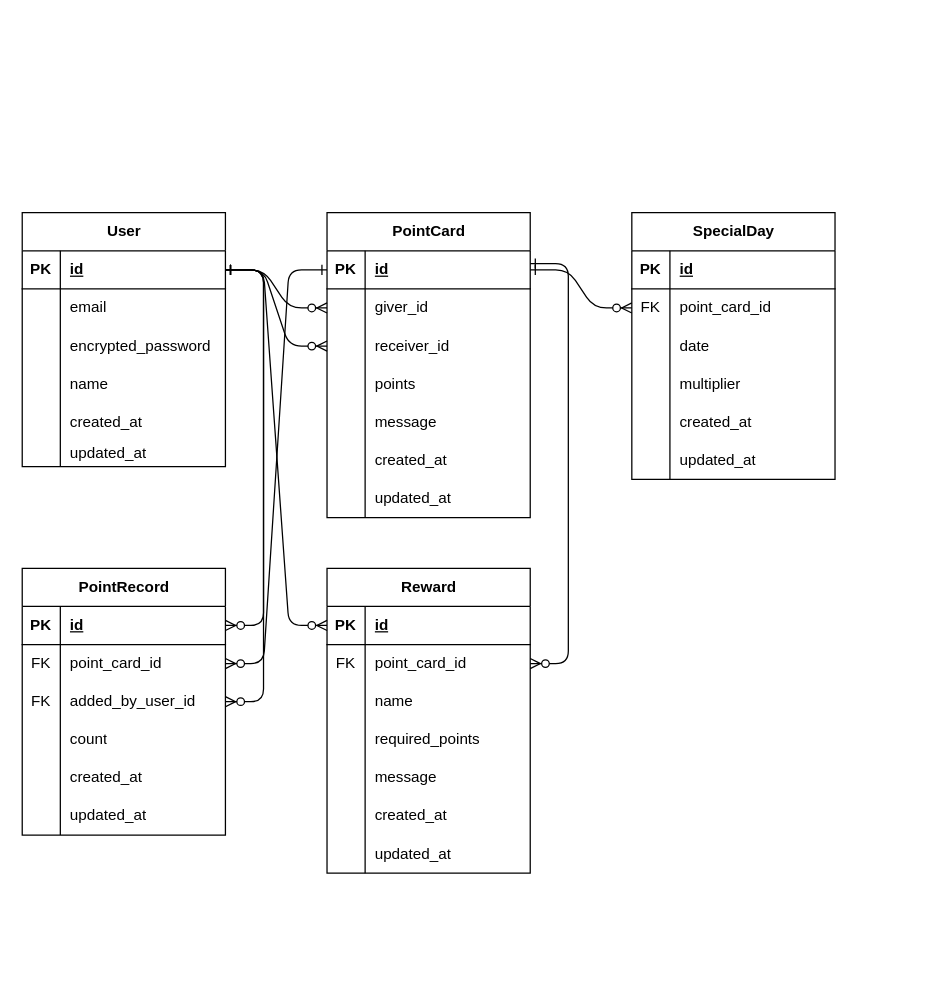
Before: public/er.dio in namerouboy/futari_point, a draw.io diagram. Source tidied: cells renumbered, new cells numbered last; positions are measured from the earlier drawing's top-left corner, leaving out a move shared by most shapes. Both pictures are drawn from the tidied source at 127%, with x=0, y=0 at pixel (-4, 155).
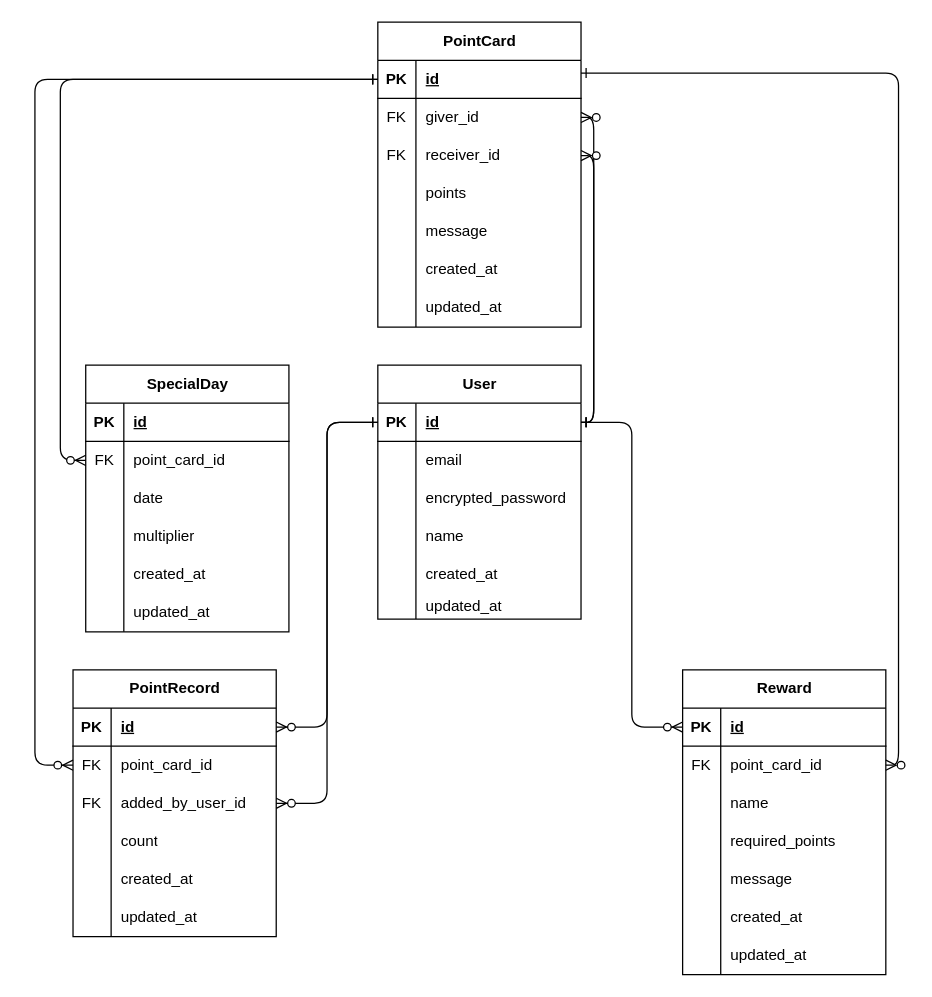
Above is the later version.

The change refers to these unchanged cells:
```xml
<mxCell id="3" style="shape=tableRow;horizontal=0;startSize=0;swimlaneHead=0;swimlaneBody=0;fillColor=none;points=[[0,0.5],[1,0.5]];portConstraint=eastwest;top=0;left=0;right=0;bottom=1;" parent="2" vertex="1">
  <mxGeometry y="30" width="160" height="30" as="geometry" />
</mxCell>
<mxCell id="22" style="shape=tableRow;horizontal=0;startSize=0;swimlaneHead=0;swimlaneBody=0;fillColor=none;points=[[0,0.5],[1,0.5]];portConstraint=eastwest;top=0;left=0;right=0;bottom=1;" parent="21" vertex="1">
  <mxGeometry y="30" width="160" height="30" as="geometry" />
</mxCell>
<mxCell id="25" style="shape=tableRow;horizontal=0;startSize=0;swimlaneHead=0;swimlaneBody=0;fillColor=none;points=[[0,0.5],[1,0.5]];portConstraint=eastwest;top=0;left=0;right=0;bottom=0;" parent="21" vertex="1">
  <mxGeometry y="60" width="160" height="30" as="geometry" />
</mxCell>
<mxCell id="28" style="shape=tableRow;horizontal=0;startSize=0;swimlaneHead=0;swimlaneBody=0;fillColor=none;points=[[0,0.5],[1,0.5]];portConstraint=eastwest;top=0;left=0;right=0;bottom=0;" parent="21" vertex="1">
  <mxGeometry y="90" width="160" height="30" as="geometry" />
</mxCell>
<mxCell id="44" style="shape=tableRow;horizontal=0;startSize=0;swimlaneHead=0;swimlaneBody=0;fillColor=none;points=[[0,0.5],[1,0.5]];portConstraint=eastwest;top=0;left=0;right=0;bottom=1;" parent="43" vertex="1">
  <mxGeometry y="30" width="160" height="30" as="geometry" />
</mxCell>
<mxCell id="47" style="shape=tableRow;horizontal=0;startSize=0;swimlaneHead=0;swimlaneBody=0;fillColor=none;points=[[0,0.5],[1,0.5]];portConstraint=eastwest;top=0;left=0;right=0;bottom=0;" parent="43" vertex="1">
  <mxGeometry y="60" width="160" height="30" as="geometry" />
</mxCell>
<mxCell id="50" style="shape=tableRow;horizontal=0;startSize=0;swimlaneHead=0;swimlaneBody=0;fillColor=none;points=[[0,0.5],[1,0.5]];portConstraint=eastwest;top=0;left=0;right=0;bottom=0;" parent="43" vertex="1">
  <mxGeometry y="90" width="160" height="30" as="geometry" />
</mxCell>
<mxCell id="63" style="shape=tableRow;horizontal=0;startSize=0;swimlaneHead=0;swimlaneBody=0;fillColor=none;points=[[0,0.5],[1,0.5]];portConstraint=eastwest;top=0;left=0;right=0;bottom=1;" parent="62" vertex="1">
  <mxGeometry y="30" width="160" height="30" as="geometry" />
</mxCell>
<mxCell id="66" style="shape=tableRow;horizontal=0;startSize=0;swimlaneHead=0;swimlaneBody=0;fillColor=none;points=[[0,0.5],[1,0.5]];portConstraint=eastwest;top=0;left=0;right=0;bottom=0;" parent="62" vertex="1">
  <mxGeometry y="60" width="160" height="30" as="geometry" />
</mxCell>
<mxCell id="88" style="shape=tableRow;horizontal=0;startSize=0;swimlaneHead=0;swimlaneBody=0;fillColor=none;points=[[0,0.5],[1,0.5]];portConstraint=eastwest;top=0;left=0;right=0;bottom=0;" parent="84" vertex="1">
  <mxGeometry y="60" width="160" height="30" as="geometry" />
</mxCell>
```

What changed in the source:
```diff
@@
     <mxCell id="2" value="User" style="shape=table;startSize=30;childLayout=tableLayout;rowLines=0;fontStyle=1;align=center;html=1;" parent="1" vertex="1">
-      <mxGeometry x="20" y="45" width="160" height="200" as="geometry" />
+      <mxGeometry x="300" y="165" width="160" height="200" as="geometry" />
     </mxCell>
@@
     <mxCell id="21" value="PointCard" style="shape=table;startSize=30;childLayout=tableLayout;rowLines=0;fontStyle=1;align=center;html=1;" parent="1" vertex="1">
-      <mxGeometry x="260" y="45" width="160" height="240" as="geometry" />
+      <mxGeometry x="300" y="-105" width="160" height="240" as="geometry" />
     </mxCell>
@@
-    <mxCell id="26" style="shape=partialRectangle;fillColor=none;top=0;left=0;bottom=0;right=0;overflow=hidden;whiteSpace=wrap;html=1;" parent="25" vertex="1">
+    <mxCell id="26" value="FK" style="shape=partialRectangle;fillColor=none;top=0;left=0;bottom=0;right=0;overflow=hidden;whiteSpace=wrap;html=1;" parent="25" vertex="1">
       <mxGeometry width="30" height="30" as="geometry" />
     </mxCell>
@@
-    <mxCell id="29" style="shape=partialRectangle;fillColor=none;top=0;left=0;bottom=0;right=0;overflow=hidden;whiteSpace=wrap;html=1;" parent="28" vertex="1">
+    <mxCell id="29" value="FK" style="shape=partialRectangle;fillColor=none;top=0;left=0;bottom=0;right=0;overflow=hidden;whiteSpace=wrap;html=1;" parent="28" vertex="1">
       <mxGeometry width="30" height="30" as="geometry" />
     </mxCell>
@@
     <mxCell id="43" value="PointRecord" style="shape=table;startSize=30;childLayout=tableLayout;rowLines=0;fontStyle=1;align=center;html=1;" parent="1" vertex="1">
-      <mxGeometry x="20" y="325" width="160" height="210" as="geometry" />
+      <mxGeometry x="60" y="405" width="160" height="210" as="geometry" />
     </mxCell>
@@
     <mxCell id="62" value="Reward" style="shape=table;startSize=30;childLayout=tableLayout;rowLines=0;fontStyle=1;align=center;html=1;" parent="1" vertex="1">
-      <mxGeometry x="260" y="325" width="160" height="240" as="geometry" />
+      <mxGeometry x="540" y="405" width="160" height="240" as="geometry" />
     </mxCell>
@@
     <mxCell id="84" value="SpecialDay" style="shape=table;startSize=30;childLayout=tableLayout;rowLines=0;fontStyle=1;align=center;html=1;" parent="1" vertex="1">
-      <mxGeometry x="500" y="45" width="160" height="210" as="geometry" />
+      <mxGeometry x="70" y="165" width="160" height="210" as="geometry" />
     </mxCell>
@@
-    <mxCell id="103" style="edgeStyle=entityRelationEdgeStyle;fontSize=12;html=1;endArrow=ERzeroToMany;startArrow=ERone;entryX=0;entryY=0.5;entryDx=0;entryDy=0;startFill=0;" parent="1" edge="1" target="88">
+    <mxCell id="103" style="edgeStyle=orthogonalEdgeStyle;fontSize=12;html=1;endArrow=ERzeroToMany;startArrow=ERone;entryX=0;entryY=0.5;entryDx=0;entryDy=0;startFill=0;exitX=0;exitY=0.5;exitDx=0;exitDy=0;" parent="1" edge="1" source="22" target="88">
       <mxGeometry relative="1" as="geometry">
-        <mxPoint x="420" y="90" as="sourcePoint" />
+        <Array as="points">
+          <mxPoint x="50" y="-60" />
+          <mxPoint x="50" y="240" />
+        </Array>
       </mxGeometry>
     </mxCell>
-    <mxCell id="104" style="edgeStyle=entityRelationEdgeStyle;fontSize=12;html=1;endArrow=ERzeroToMany;startArrow=ERone;entryX=0;entryY=0.5;entryDx=0;entryDy=0;startFill=0;exitX=1;exitY=0.5;exitDx=0;exitDy=0;" parent="1" edge="1" source="3" target="25">
+    <mxCell id="104" style="edgeStyle=orthogonalEdgeStyle;fontSize=12;html=1;endArrow=ERzeroToMany;startArrow=ERone;entryX=1;entryY=0.5;entryDx=0;entryDy=0;startFill=0;exitX=1;exitY=0.5;exitDx=0;exitDy=0;" parent="1" edge="1" source="3" target="25">
       <mxGeometry relative="1" as="geometry" />
     </mxCell>
-    <mxCell id="105" style="edgeStyle=entityRelationEdgeStyle;fontSize=12;html=1;endArrow=ERzeroToMany;startArrow=ERone;entryX=0;entryY=0.5;entryDx=0;entryDy=0;startFill=0;exitX=1;exitY=0.5;exitDx=0;exitDy=0;" parent="1" edge="1" source="3" target="28">
+    <mxCell id="105" style="edgeStyle=orthogonalEdgeStyle;fontSize=12;html=1;endArrow=ERzeroToMany;startArrow=ERone;entryX=1;entryY=0.5;entryDx=0;entryDy=0;startFill=0;exitX=1;exitY=0.5;exitDx=0;exitDy=0;" parent="1" edge="1" source="3" target="28">
       <mxGeometry relative="1" as="geometry" />
     </mxCell>
-    <mxCell id="106" style="edgeStyle=entityRelationEdgeStyle;fontSize=12;html=1;endArrow=ERzeroToMany;startArrow=ERone;entryX=1;entryY=0.5;entryDx=0;entryDy=0;startFill=0;exitX=0;exitY=0.5;exitDx=0;exitDy=0;" parent="1" edge="1" source="22" target="47">
-      <mxGeometry relative="1" as="geometry" />
+    <mxCell id="106" style="edgeStyle=orthogonalEdgeStyle;fontSize=12;html=1;endArrow=ERzeroToMany;startArrow=ERone;startFill=0;exitX=0;exitY=0.5;exitDx=0;exitDy=0;entryX=0;entryY=0.5;entryDx=0;entryDy=0;" parent="1" edge="1" source="22" target="47">
+      <mxGeometry relative="1" as="geometry">
+        <Array as="points">
+          <mxPoint x="30" y="-60" />
+          <mxPoint x="30" y="480" />
+        </Array>
+      </mxGeometry>
     </mxCell>
-    <mxCell id="107" style="edgeStyle=entityRelationEdgeStyle;fontSize=12;html=1;endArrow=ERzeroToMany;startArrow=ERone;entryX=1;entryY=0.5;entryDx=0;entryDy=0;startFill=0;exitX=1;exitY=0.333;exitDx=0;exitDy=0;exitPerimeter=0;" parent="1" edge="1" source="22" target="66">
-      <mxGeometry relative="1" as="geometry" />
+    <mxCell id="107" style="edgeStyle=orthogonalEdgeStyle;fontSize=12;html=1;endArrow=ERzeroToMany;startArrow=ERone;entryX=1;entryY=0.5;entryDx=0;entryDy=0;startFill=0;exitX=1;exitY=0.333;exitDx=0;exitDy=0;exitPerimeter=0;" parent="1" edge="1" source="22" target="66">
+      <mxGeometry relative="1" as="geometry">
+        <Array as="points">
+          <mxPoint x="710" y="-65" />
+          <mxPoint x="710" y="480" />
+        </Array>
+      </mxGeometry>
     </mxCell>
-    <mxCell id="108" style="edgeStyle=entityRelationEdgeStyle;fontSize=12;html=1;endArrow=ERzeroToMany;startArrow=ERone;entryX=1;entryY=0.5;entryDx=0;entryDy=0;startFill=0;exitX=1;exitY=0.5;exitDx=0;exitDy=0;" parent="1" edge="1" source="3" target="50">
-      <mxGeometry relative="1" as="geometry">
-        <Array as="points">
-          <mxPoint y="105" />
-          <mxPoint x="10" />
-          <mxPoint x="30" y="175" />
-          <mxPoint x="20" y="105" />
-          <mxPoint x="30" y="175" />
-          <mxPoint x="21" y="185" />
-        </Array>
-      </mxGeometry>
+    <mxCell id="108" style="edgeStyle=orthogonalEdgeStyle;fontSize=12;html=1;endArrow=ERzeroToMany;startArrow=ERone;entryX=1;entryY=0.5;entryDx=0;entryDy=0;startFill=0;exitX=0;exitY=0.5;exitDx=0;exitDy=0;" parent="1" edge="1" source="3" target="50">
+      <mxGeometry relative="1" as="geometry" />
     </mxCell>
-    <mxCell id="109" style="edgeStyle=entityRelationEdgeStyle;fontSize=12;html=1;endArrow=ERzeroToMany;startArrow=ERone;entryX=1;entryY=0.5;entryDx=0;entryDy=0;startFill=0;exitX=1;exitY=0.5;exitDx=0;exitDy=0;" parent="1" edge="1" source="3" target="44">
+    <mxCell id="109" style="edgeStyle=orthogonalEdgeStyle;fontSize=12;html=1;endArrow=ERzeroToMany;startArrow=ERone;entryX=1;entryY=0.5;entryDx=0;entryDy=0;startFill=0;exitX=0;exitY=0.5;exitDx=0;exitDy=0;" parent="1" edge="1" source="3" target="44">
       <mxGeometry relative="1" as="geometry" />
     </mxCell>
-    <mxCell id="110" style="edgeStyle=entityRelationEdgeStyle;fontSize=12;html=1;endArrow=ERzeroToMany;startArrow=ERone;entryX=0;entryY=0.5;entryDx=0;entryDy=0;startFill=0;exitX=1;exitY=0.5;exitDx=0;exitDy=0;" parent="1" edge="1" source="3" target="63">
+    <mxCell id="110" style="edgeStyle=orthogonalEdgeStyle;fontSize=12;html=1;endArrow=ERzeroToMany;startArrow=ERone;entryX=0;entryY=0.5;entryDx=0;entryDy=0;startFill=0;exitX=1;exitY=0.5;exitDx=0;exitDy=0;" parent="1" edge="1" source="3" target="63">
       <mxGeometry relative="1" as="geometry" />
     </mxCell>
```
